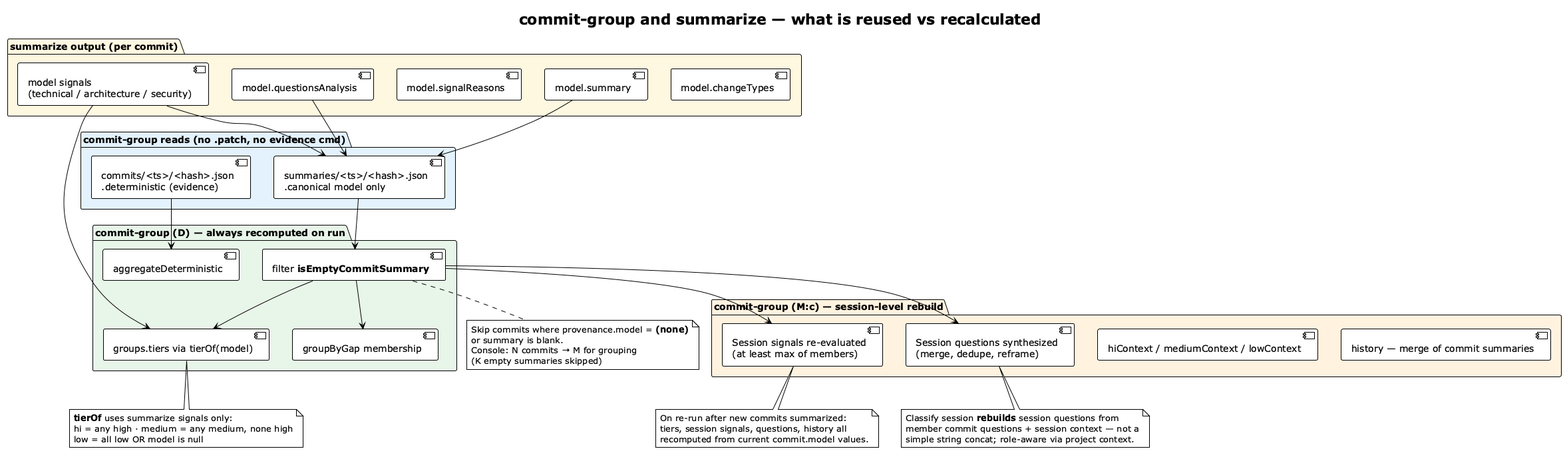
vzakharchenko/dev-workgraph keeps this PlantUML diagram as img/commit-group-summarize-link.png. Above is the earlier version.
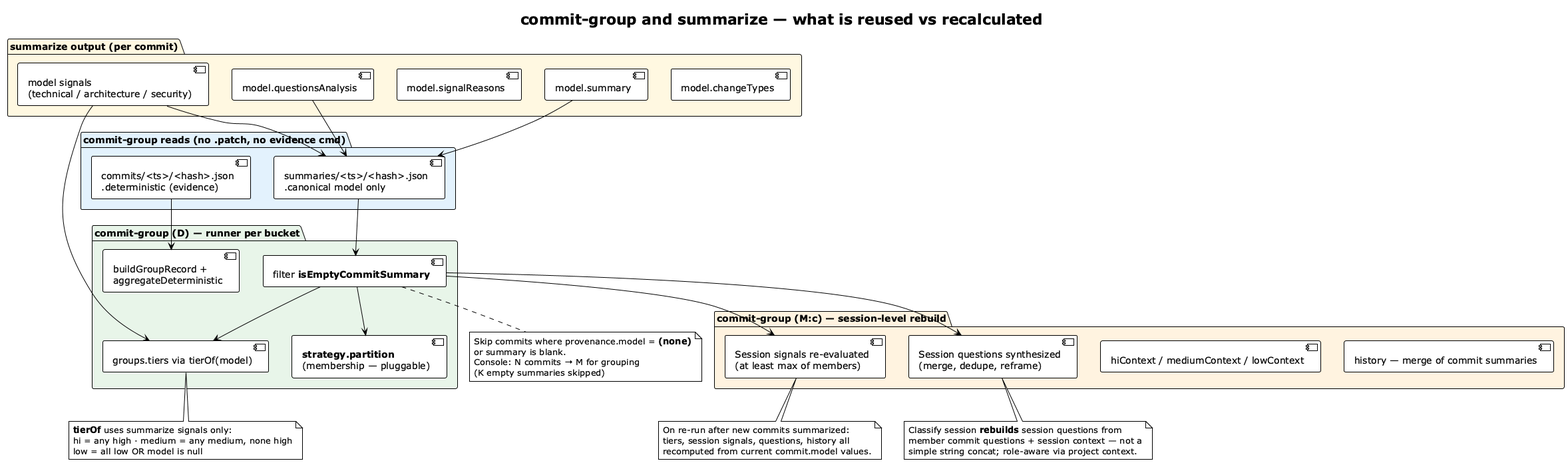
After the commit.

Change to the diagram source:
```diff
@@ -17,10 +17,10 @@
   component "summaries/<ts>/<hash>.json\n.canonical model only" as READ
 }
 
-package "**commit-group (D) — always recomputed on run**" #E8F5E9 {
+package "**commit-group (D) — runner per bucket**" #E8F5E9 {
   component "filter **isEmptyCommitSummary**" as FILT
-  component "groupByGap membership" as MEM
-  component "aggregateDeterministic" as AGG
+  component "**strategy.partition**\n(membership — pluggable)" as MEM
+  component "buildGroupRecord +\naggregateDeterministic" as AGG
   component "groups.tiers via tierOf(model)" as TIER
 }
 
```
